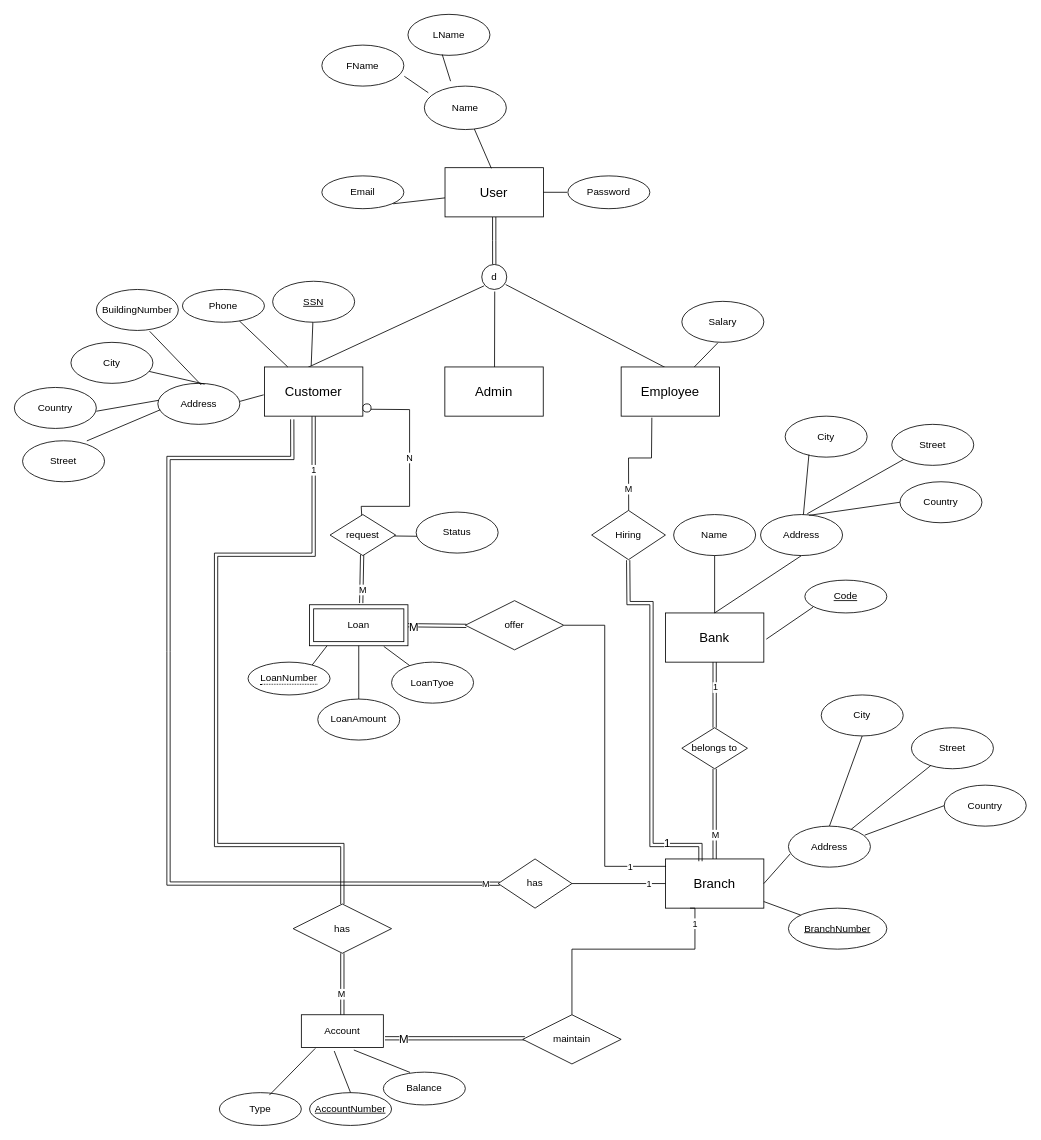
3omarrabi3/Bank-App-Database keeps this draw.io diagram as ERD/ERD.drawio. Above is the earlier version. Source tidied: cells renumbered, new cells numbered last; positions are measured from the earlier drawing's top-left corner, leaving out a move shared by most shapes. Both pictures are drawn from the tidied source at 82%, with x=0, y=0 at pixel (14, 14).
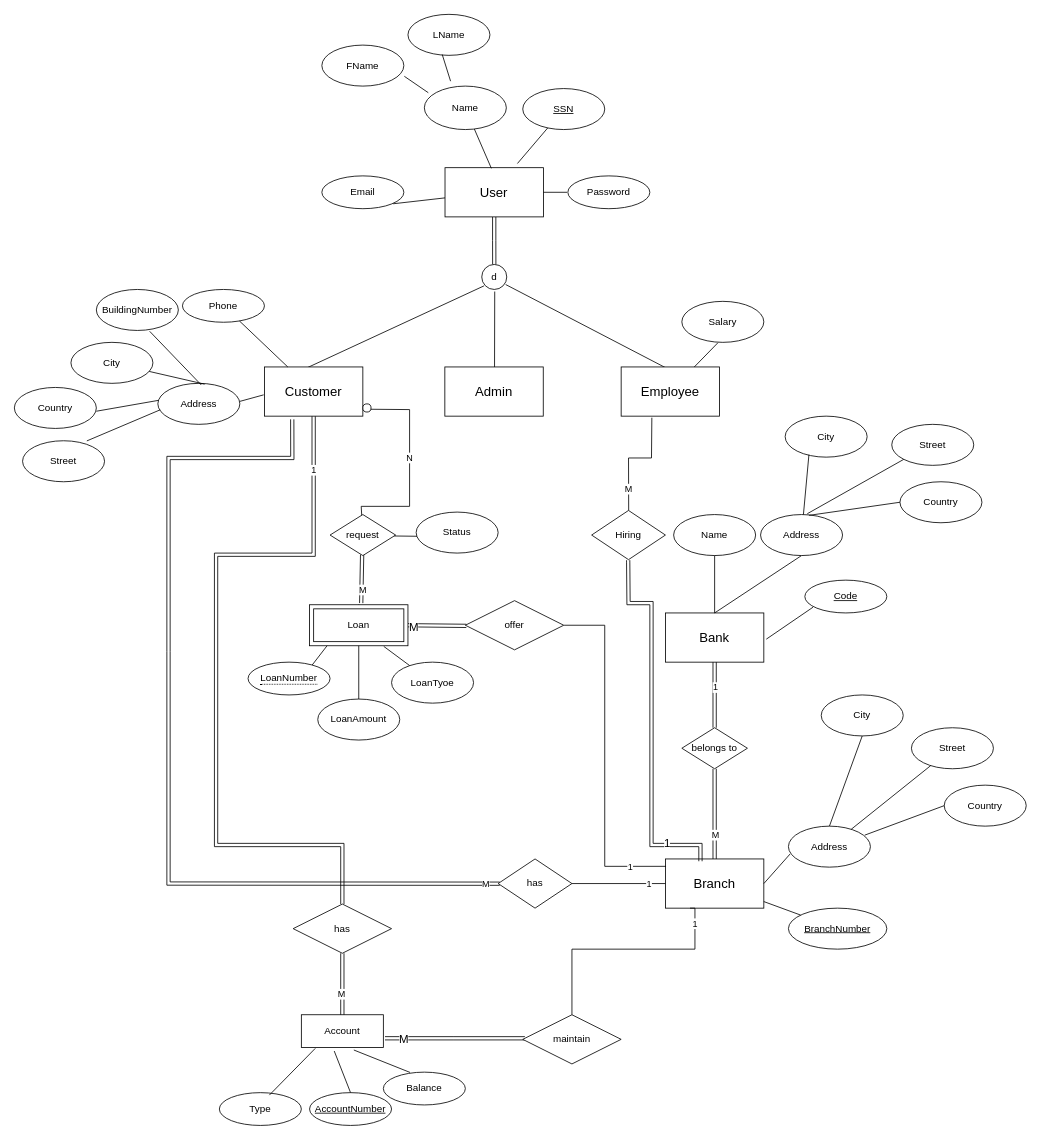
After the change.

Commit message (it also covers changes not shown here):
Final Version of ERD diagrams

Unchanged cells that the change refers to:
```xml
<mxCell id="64" value="&lt;font size=&quot;3&quot;&gt;User&lt;/font&gt;" style="rounded=0;whiteSpace=wrap;html=1;" parent="1" vertex="1">
  <mxGeometry x="525.2" y="187" width="120" height="60" as="geometry" />
</mxCell>
<mxCell id="68" value="&lt;font size=&quot;3&quot;&gt;Customer&lt;/font&gt;" style="rounded=0;whiteSpace=wrap;html=1;" parent="1" vertex="1">
  <mxGeometry x="305" y="430" width="120" height="60" as="geometry" />
</mxCell>
```

What changed in the source:
```diff
@@
-    <mxCell id="101" value="&lt;u&gt;SSN&lt;/u&gt;" style="ellipse;whiteSpace=wrap;html=1;" parent="1" vertex="1">
-      <mxGeometry x="315" y="325.5" width="100" height="50" as="geometry" />
-    </mxCell>
-    <mxCell id="102" style="endArrow=none;html=1;rounded=0;exitX=0.475;exitY=-0.023;exitDx=0;exitDy=0;exitPerimeter=0;" parent="1" edge="1" source="68" target="101">
-      <mxGeometry relative="1" as="geometry" />
-    </mxCell>
@@
+    <mxCell id="101" value="&lt;u&gt;SSN&lt;/u&gt;" style="ellipse;whiteSpace=wrap;html=1;" parent="1" vertex="1">
+      <mxGeometry x="620" y="90.5" width="100" height="50" as="geometry" />
+    </mxCell>
+    <mxCell id="113" style="endArrow=none;html=1;rounded=0;exitX=0.736;exitY=-0.085;exitDx=0;exitDy=0;exitPerimeter=0;" parent="1" edge="1" source="64" target="101">
+      <mxGeometry relative="1" as="geometry" />
+    </mxCell>
```
